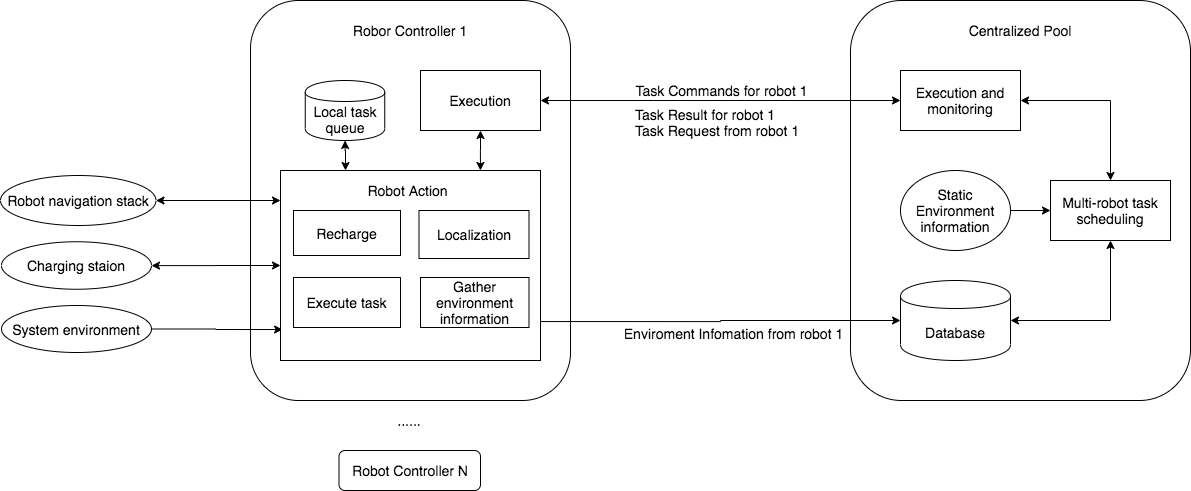
Before: Thesis/content/images/ch3/architecture.drawio.png, a diagram exported from draw.io (xuanjiao/master_thesis). Source tidied: cells renumbered, new cells last; positions are measured from the earlier drawing's top-left corner, leaving out a move shared by most shapes.
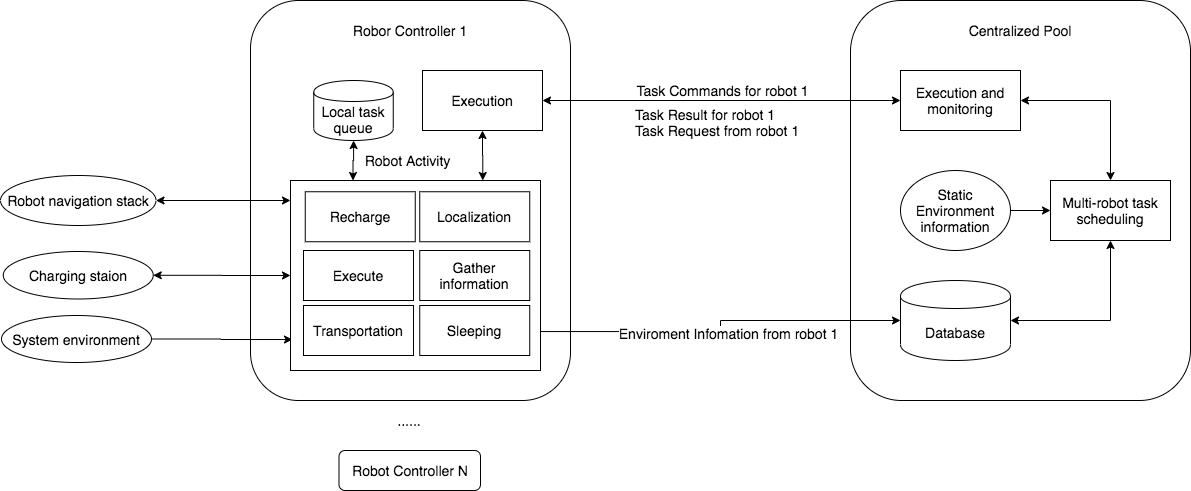
The same diagram one commit later.

What changed in the source:
```diff
@@ -43,7 +43,7 @@
       <mxGeometry relative="1" as="geometry" />
     </mxCell>
     <mxCell id="14" value="System environment" style="ellipse;whiteSpace=wrap;html=1;fontSize=14;" parent="1" vertex="1">
-      <mxGeometry x="1" y="305" width="150" height="47" as="geometry" />
+      <mxGeometry x="1" y="315" width="150" height="47" as="geometry" />
     </mxCell>
     <mxCell id="15" value="&lt;font face=&quot;helvetica&quot; style=&quot;font-size: 14px;&quot;&gt;Enviroment Infomation from robot 1&lt;/font&gt;" style="edgeStyle=orthogonalEdgeStyle;rounded=0;jettySize=auto;html=1;startArrow=none;startFill=0;exitX=1;exitY=0.795;exitDx=0;exitDy=0;entryX=0;entryY=0.5;entryDx=0;entryDy=0;fontSize=14;exitPerimeter=0;" parent="1" edge="1" source="18" target="8">
       <mxGeometry x="0.07" y="-13" relative="1" as="geometry">
@@ -61,34 +61,34 @@
       <mxGeometry relative="1" as="geometry" />
     </mxCell>
     <mxCell id="18" style="rounded=0;whiteSpace=wrap;html=1;fontSize=14;" parent="1" vertex="1">
-      <mxGeometry x="280" y="170" width="260" height="190" as="geometry" />
+      <mxGeometry x="290" y="180" width="250" height="190" as="geometry" />
     </mxCell>
-    <mxCell id="19" value="Robot Action" style="text;html=1;strokeColor=none;fillColor=none;align=center;verticalAlign=middle;whiteSpace=wrap;rounded=0;fontSize=14;" parent="1" vertex="1">
-      <mxGeometry x="335" y="180" width="145" height="20" as="geometry" />
+    <mxCell id="19" value="Robot Activity" style="text;html=1;strokeColor=none;fillColor=none;align=center;verticalAlign=middle;whiteSpace=wrap;rounded=0;fontSize=14;" parent="1" vertex="1">
+      <mxGeometry x="335" y="150" width="145" height="20" as="geometry" />
     </mxCell>
     <mxCell id="20" value="Recharge" style="rounded=0;whiteSpace=wrap;html=1;fontSize=14;" parent="1" vertex="1">
-      <mxGeometry x="293" y="210" width="107" height="45" as="geometry" />
+      <mxGeometry x="304.8" y="191.2" width="110" height="50" as="geometry" />
     </mxCell>
-    <mxCell id="21" value="Gather environment information" style="rounded=0;whiteSpace=wrap;html=1;fontSize=14;" parent="1" vertex="1">
-      <mxGeometry x="420" y="277" width="108.5" height="50" as="geometry" />
+    <mxCell id="21" value="Gather information" style="rounded=0;whiteSpace=wrap;html=1;fontSize=14;" parent="1" vertex="1">
+      <mxGeometry x="419.2" y="250" width="110" height="50" as="geometry" />
     </mxCell>
-    <mxCell id="22" value="Execute task" style="rounded=0;whiteSpace=wrap;html=1;fontSize=14;" parent="1" vertex="1">
-      <mxGeometry x="293" y="277" width="107" height="50" as="geometry" />
+    <mxCell id="22" value="Execute" style="rounded=0;whiteSpace=wrap;html=1;fontSize=14;" parent="1" vertex="1">
+      <mxGeometry x="303" y="250" width="110" height="50" as="geometry" />
     </mxCell>
     <mxCell id="23" value="Localization" style="rounded=0;whiteSpace=wrap;html=1;fontSize=14;" parent="1" vertex="1">
-      <mxGeometry x="418.5" y="210" width="110" height="48" as="geometry" />
+      <mxGeometry x="419.2" y="191.2" width="110" height="50" as="geometry" />
     </mxCell>
     <mxCell id="24" style="edgeStyle=orthogonalEdgeStyle;rounded=0;jettySize=auto;html=1;entryX=0;entryY=0.5;entryDx=0;entryDy=0;startArrow=classic;startFill=1;fontSize=14;" parent="1" edge="1" source="25" target="18">
       <mxGeometry relative="1" as="geometry" />
     </mxCell>
     <mxCell id="25" value="Charging staion" style="ellipse;whiteSpace=wrap;html=1;fontSize=14;" parent="1" vertex="1">
-      <mxGeometry x="1" y="241.2" width="150" height="47.5" as="geometry" />
+      <mxGeometry x="2.8" y="251" width="150" height="47.5" as="geometry" />
     </mxCell>
     <mxCell id="26" style="edgeStyle=orthogonalEdgeStyle;rounded=0;jettySize=auto;html=1;entryX=0.769;entryY=0;entryDx=0;entryDy=0;entryPerimeter=0;startArrow=classic;startFill=1;fontSize=14;" parent="1" edge="1" source="27" target="18">
       <mxGeometry relative="1" as="geometry" />
     </mxCell>
     <mxCell id="27" value="Execution" style="rounded=0;whiteSpace=wrap;html=1;fontSize=14;" parent="1" vertex="1">
-      <mxGeometry x="420" y="70" width="120" height="60" as="geometry" />
+      <mxGeometry x="422" y="70" width="120" height="60" as="geometry" />
     </mxCell>
     <mxCell id="28" value="Task Commands for robot 1" style="edgeStyle=orthogonalEdgeStyle;rounded=0;jettySize=auto;html=1;startArrow=classic;startFill=1;fontSize=14;" parent="1" edge="1" source="4" target="27">
       <mxGeometry y="-10" relative="1" as="geometry">
@@ -108,7 +108,13 @@
       <mxGeometry y="175" width="155.5" height="50" as="geometry" />
     </mxCell>
     <mxCell id="33" value="Local task queue" style="shape=cylinder;whiteSpace=wrap;html=1;boundedLbl=1;backgroundOutline=1;fontSize=14;" parent="1" vertex="1">
-      <mxGeometry x="304.8" y="80" width="79.5" height="60" as="geometry" />
+      <mxGeometry x="313.2" y="80" width="79.5" height="60" as="geometry" />
     </mxCell>
+    <mxCell id="34" value="Sleeping" style="rounded=0;whiteSpace=wrap;html=1;fontSize=14;" parent="1" vertex="1">
+      <mxGeometry x="419.2" y="305" width="110" height="50" as="geometry" />
+    </mxCell>
+    <mxCell id="35" value="Transportation" style="rounded=0;whiteSpace=wrap;html=1;fontSize=14;" parent="1" vertex="1">
+      <mxGeometry x="303" y="305" width="110" height="50" as="geometry" />
+    </mxCell>
   </root>
 </mxGraphModel>
```
